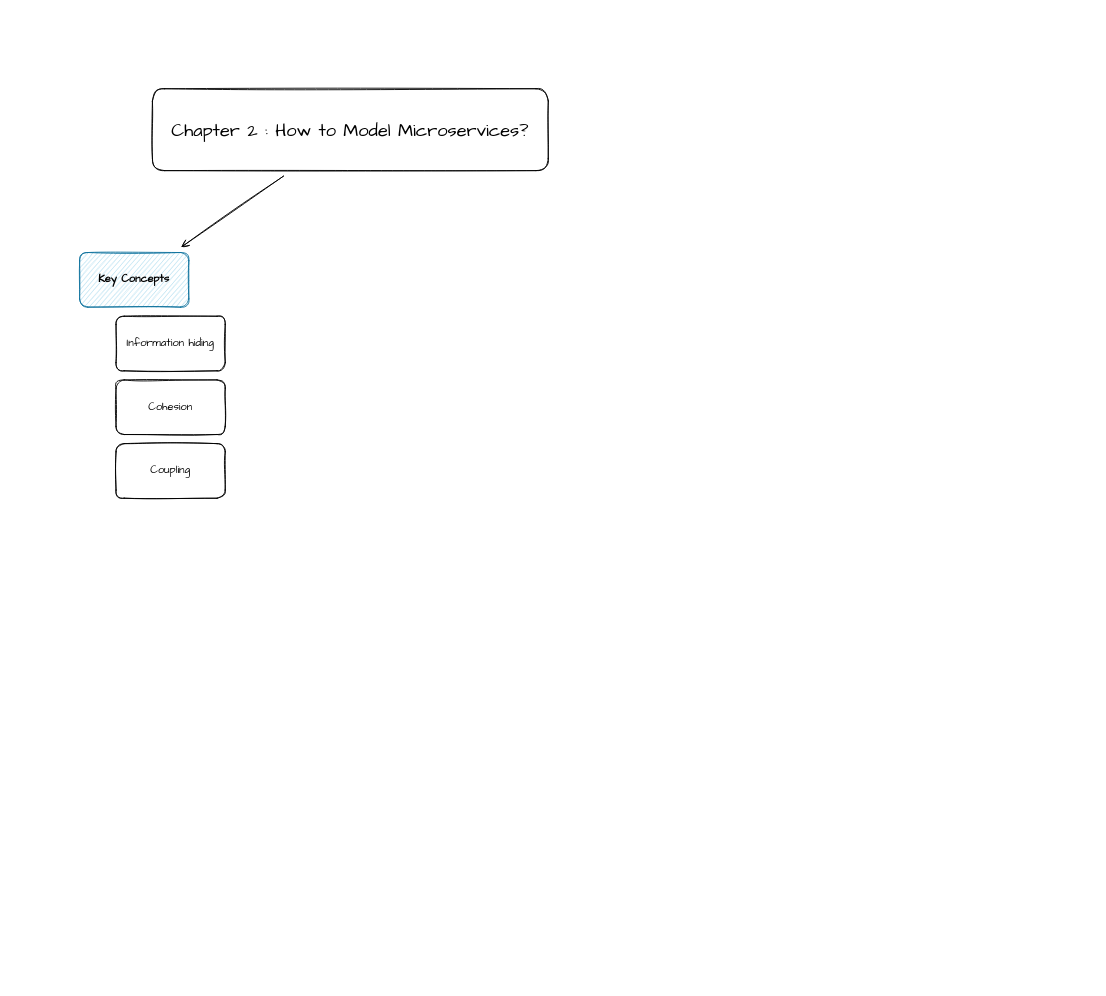
Above: page "2 Modeling Microservices" (3 of 6) of effective-microservices.drawio in zatsepinvl/effective-microservices (draw.io), before the change. Source tidied: cells renumbered, new cells numbered last; positions are measured from the earlier drawing's top-left corner, leaving out a move shared by most shapes. Both pictures are drawn from the tidied source at 91%, with x=0, y=0 at pixel (79, 88).
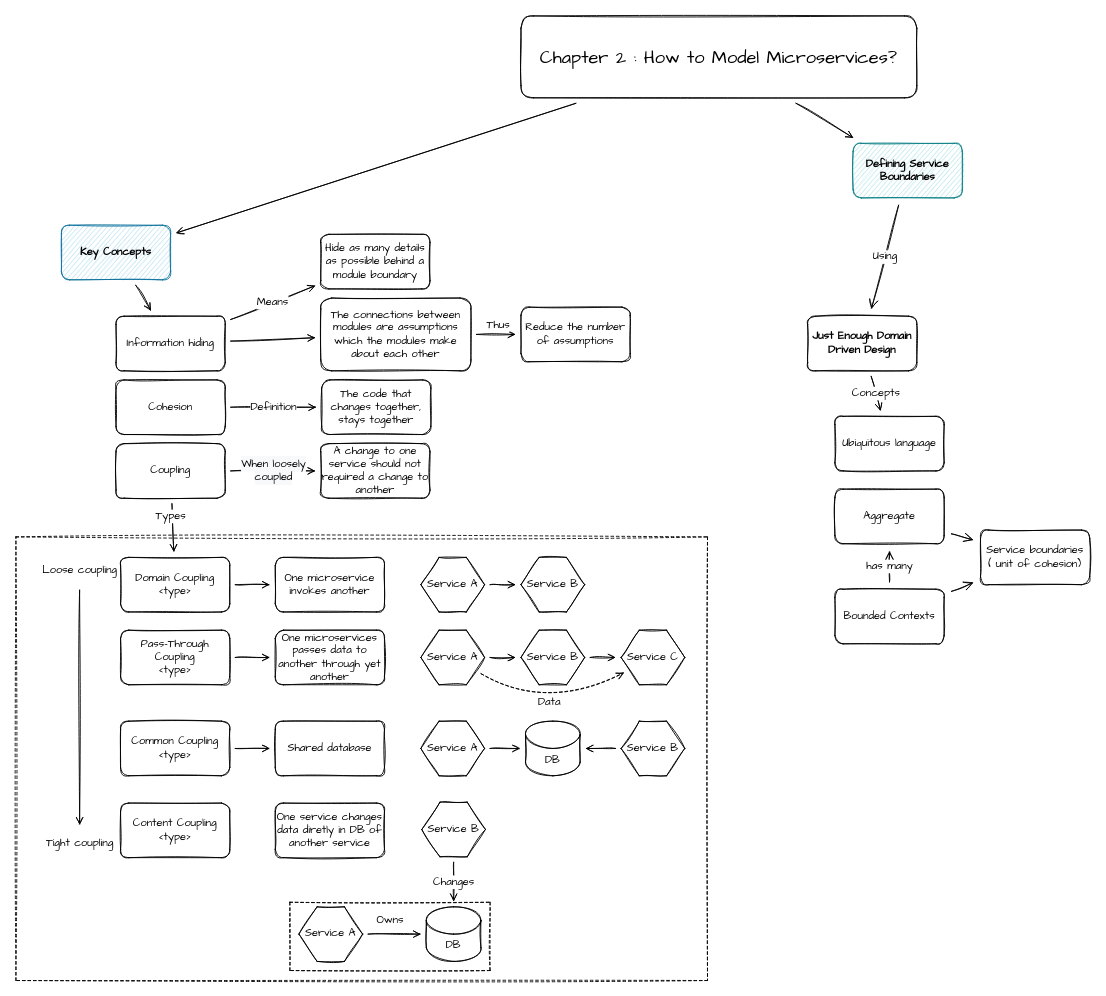
After the change.

Unchanged cells that the change refers to:
```xml
<mxCell id="5" value="Information hiding" style="whiteSpace=wrap;html=1;hachureGap=4;fontFamily=Comic Sans MS;fontSize=12;sketch=1;rounded=1;" parent="1" vertex="1">
  <mxGeometry x="40" y="250" width="120" height="60" as="geometry" />
</mxCell>
<mxCell id="6" value="Cohesion" style="whiteSpace=wrap;html=1;hachureGap=4;fontFamily=Comic Sans MS;fontSize=12;sketch=1;rounded=1;" parent="1" vertex="1">
  <mxGeometry x="40" y="320" width="120" height="60" as="geometry" />
</mxCell>
<mxCell id="7" value="Coupling" style="whiteSpace=wrap;html=1;hachureGap=4;fontFamily=Comic Sans MS;fontSize=12;sketch=1;rounded=1;" parent="1" vertex="1">
  <mxGeometry x="40" y="390" width="120" height="60" as="geometry" />
</mxCell>
```

The edit, as a diff of the source:
```diff
@@
+    <mxCell id="8" style="rounded=0;whiteSpace=wrap;html=1;shadow=0;sketch=1;fontFamily=Comic Sans MS;fontSize=12;fontColor=default;dashed=1;fillColor=none;" parent="1" vertex="1">
+      <mxGeometry x="231" y="894" width="220" height="75" as="geometry" />
+    </mxCell>
@@
+    <mxCell id="9" style="edgeStyle=none;shape=connector;rounded=1;sketch=1;jumpSize=10;jettySize=auto;html=1;labelBackgroundColor=default;fontFamily=Comic Sans MS;fontSize=12;fontColor=default;endArrow=open;endFill=0;startSize=6;endSize=6;sourcePerimeterSpacing=6;targetPerimeterSpacing=6;strokeColor=default;" parent="1" edge="1" source="3" target="59">
+      <mxGeometry relative="1" as="geometry" />
+    </mxCell>
     <mxCell id="3" value="&lt;span style=&quot;font-weight: 400; font-size: 20px;&quot;&gt;&lt;font style=&quot;font-size: 20px;&quot;&gt;Chapter 2 : How to Model Microservices?&lt;/font&gt;&lt;/span&gt;" style="whiteSpace=wrap;html=1;hachureGap=4;fontFamily=Comic Sans MS;fontSize=20;sketch=1;rounded=1;fontStyle=1;" parent="1" vertex="1">
-      <mxGeometry x="80" width="435" height="90" as="geometry" />
+      <mxGeometry x="485" y="-80" width="435" height="90" as="geometry" />
     </mxCell>
+    <mxCell id="10" style="edgeStyle=none;shape=connector;rounded=1;sketch=1;jumpSize=10;jettySize=auto;html=1;labelBackgroundColor=default;fontFamily=Comic Sans MS;fontSize=12;fontColor=default;endArrow=open;endFill=0;startSize=6;endSize=6;sourcePerimeterSpacing=6;targetPerimeterSpacing=6;strokeColor=default;" parent="1" edge="1" source="4" target="5">
+      <mxGeometry relative="1" as="geometry" />
+    </mxCell>
     <mxCell id="4" value="Key Concepts" style="whiteSpace=wrap;html=1;hachureGap=4;fontFamily=Comic Sans MS;fontSize=12;sketch=1;rounded=1;fillColor=#b1ddf0;strokeColor=#10739e;fillStyle=auto;fontStyle=1;" parent="1" vertex="1">
-      <mxGeometry y="180" width="120" height="60" as="geometry" />
+      <mxGeometry x="-20" y="150" width="120" height="60" as="geometry" />
     </mxCell>
+    <mxCell id="11" value="Means" style="edgeStyle=none;shape=connector;rounded=1;sketch=1;jumpSize=10;jettySize=auto;html=1;labelBackgroundColor=default;fontFamily=Comic Sans MS;fontSize=12;fontColor=default;endArrow=open;endFill=0;startSize=6;endSize=6;sourcePerimeterSpacing=6;targetPerimeterSpacing=6;strokeColor=default;" parent="1" edge="1" source="5" target="61">
+      <mxGeometry relative="1" as="geometry" />
+    </mxCell>
+    <mxCell id="12" style="edgeStyle=none;shape=connector;rounded=1;sketch=1;jumpSize=10;jettySize=auto;html=1;labelBackgroundColor=default;fontFamily=Comic Sans MS;fontSize=12;fontColor=default;endArrow=open;endFill=0;startSize=6;endSize=6;sourcePerimeterSpacing=6;targetPerimeterSpacing=6;strokeColor=default;" parent="1" edge="1" source="5" target="64">
+      <mxGeometry relative="1" as="geometry" />
+    </mxCell>
@@
+    <mxCell id="13" value="Definition" style="edgeStyle=none;shape=connector;rounded=1;sketch=1;jumpSize=10;jettySize=auto;html=1;labelBackgroundColor=default;fontFamily=Comic Sans MS;fontSize=12;fontColor=default;endArrow=open;endFill=0;startSize=6;endSize=6;sourcePerimeterSpacing=6;targetPerimeterSpacing=6;strokeColor=default;" parent="1" edge="1" source="6" target="60">
+      <mxGeometry relative="1" as="geometry" />
+    </mxCell>
@@
+    <mxCell id="14" value="&lt;span style=&quot;background-color: rgb(248, 249, 250);&quot;&gt;When loosely &lt;br&gt;coupled&lt;/span&gt;" style="edgeStyle=none;shape=connector;rounded=1;sketch=1;jumpSize=10;jettySize=auto;html=1;labelBackgroundColor=default;fontFamily=Comic Sans MS;fontSize=12;fontColor=default;endArrow=open;endFill=0;startSize=6;endSize=6;sourcePerimeterSpacing=6;targetPerimeterSpacing=6;strokeColor=default;" parent="1" edge="1" source="7" target="62">
+      <mxGeometry relative="1" as="geometry" />
+    </mxCell>
@@
+    <mxCell id="15" style="edgeStyle=none;shape=connector;rounded=1;sketch=1;jumpSize=10;jettySize=auto;html=1;labelBackgroundColor=default;fontFamily=Comic Sans MS;fontSize=12;fontColor=default;endArrow=open;endFill=0;startSize=6;endSize=6;sourcePerimeterSpacing=6;targetPerimeterSpacing=6;strokeColor=default;" parent="1" edge="1" source="16" target="24">
+      <mxGeometry relative="1" as="geometry" />
+    </mxCell>
+    <mxCell id="16" value="Domain Coupling&lt;br&gt;&amp;lt;type&amp;gt;" style="whiteSpace=wrap;html=1;hachureGap=4;fontFamily=Comic Sans MS;fontSize=12;sketch=1;rounded=1;" parent="1" vertex="1">
+      <mxGeometry x="45" y="515" width="120" height="60" as="geometry" />
+    </mxCell>
+    <mxCell id="17" value="Content Coupling&lt;br&gt;&amp;lt;type&amp;gt;" style="whiteSpace=wrap;html=1;hachureGap=4;fontFamily=Comic Sans MS;fontSize=12;sketch=1;rounded=1;" parent="1" vertex="1">
+      <mxGeometry x="45" y="785" width="120" height="60" as="geometry" />
+    </mxCell>
+    <mxCell id="18" value="Types" style="edgeStyle=none;sketch=1;jumpSize=10;jettySize=auto;html=1;fontFamily=Comic Sans MS;fontSize=12;endArrow=open;endFill=0;startSize=6;endSize=6;sourcePerimeterSpacing=6;targetPerimeterSpacing=6;" parent="1" edge="1" source="7" target="16">
+      <mxGeometry x="-0.47" y="-2" relative="1" as="geometry" />
+    </mxCell>
+    <mxCell id="19" style="edgeStyle=none;sketch=1;jumpSize=10;jettySize=auto;html=1;fontFamily=Comic Sans MS;fontSize=12;endArrow=open;endFill=0;startSize=6;endSize=6;sourcePerimeterSpacing=6;targetPerimeterSpacing=6;" parent="1" edge="1" source="25" target="26">
+      <mxGeometry relative="1" as="geometry" />
+    </mxCell>
+    <mxCell id="20" style="shape=connector;rounded=1;sketch=1;jumpSize=10;jettySize=auto;html=1;labelBackgroundColor=default;fontFamily=Comic Sans MS;fontSize=12;fontColor=default;endArrow=open;endFill=0;startSize=6;endSize=6;sourcePerimeterSpacing=6;targetPerimeterSpacing=6;strokeColor=default;" parent="1" edge="1" source="21" target="27">
+      <mxGeometry relative="1" as="geometry" />
+    </mxCell>
+    <mxCell id="21" value="Pass-Through Coupling&lt;br&gt;&amp;lt;type&amp;gt;" style="whiteSpace=wrap;html=1;hachureGap=4;fontFamily=Comic Sans MS;fontSize=12;sketch=1;rounded=1;" parent="1" vertex="1">
+      <mxGeometry x="45" y="595" width="120" height="60" as="geometry" />
+    </mxCell>
+    <mxCell id="22" style="edgeStyle=none;shape=connector;rounded=1;sketch=1;jumpSize=10;jettySize=auto;html=1;labelBackgroundColor=default;fontFamily=Comic Sans MS;fontSize=12;fontColor=default;endArrow=open;endFill=0;startSize=6;endSize=6;sourcePerimeterSpacing=6;targetPerimeterSpacing=6;strokeColor=default;" parent="1" edge="1" source="23" target="37">
+      <mxGeometry relative="1" as="geometry" />
+    </mxCell>
+    <mxCell id="23" value="Common Coupling&lt;br&gt;&amp;lt;type&amp;gt;" style="whiteSpace=wrap;html=1;hachureGap=4;fontFamily=Comic Sans MS;fontSize=12;sketch=1;rounded=1;" parent="1" vertex="1">
+      <mxGeometry x="45" y="695" width="120" height="60" as="geometry" />
+    </mxCell>
+    <mxCell id="24" value="One microservice invokes another" style="whiteSpace=wrap;html=1;hachureGap=4;fontFamily=Comic Sans MS;fontSize=12;sketch=1;rounded=1;" parent="1" vertex="1">
+      <mxGeometry x="215" y="515" width="120" height="60" as="geometry" />
+    </mxCell>
+    <mxCell id="25" value="Loose coupling" style="text;html=1;align=center;verticalAlign=middle;points=[];strokeColor=none;fillColor=none;fontSize=12;fontFamily=Comic Sans MS;fontColor=default;" parent="1" vertex="1">
+      <mxGeometry x="-50" y="515" width="100" height="30" as="geometry" />
+    </mxCell>
+    <mxCell id="26" value="Tight coupling" style="text;html=1;align=center;verticalAlign=middle;points=[];strokeColor=none;fillColor=none;fontSize=12;fontFamily=Comic Sans MS;fontColor=default;" parent="1" vertex="1">
+      <mxGeometry x="-50" y="815" width="100" height="30" as="geometry" />
+    </mxCell>
+    <mxCell id="27" value="One microservices passes data to another through yet another" style="whiteSpace=wrap;html=1;hachureGap=4;fontFamily=Comic Sans MS;fontSize=12;sketch=1;rounded=1;" parent="1" vertex="1">
+      <mxGeometry x="215" y="595" width="120" height="60" as="geometry" />
+    </mxCell>
+    <mxCell id="28" style="shape=connector;rounded=1;sketch=1;jumpSize=10;jettySize=auto;html=1;labelBackgroundColor=default;fontFamily=Comic Sans MS;fontSize=12;fontColor=default;endArrow=open;endFill=0;startSize=6;endSize=6;sourcePerimeterSpacing=6;targetPerimeterSpacing=6;strokeColor=default;" parent="1" edge="1" source="29" target="30">
+      <mxGeometry relative="1" as="geometry" />
+    </mxCell>
+    <mxCell id="29" value="Service A" style="shape=hexagon;perimeter=hexagonPerimeter2;whiteSpace=wrap;html=1;fixedSize=1;fontFamily=Comic Sans MS;fontSize=12;fontColor=default;shadow=0;sketch=1;size=20;" parent="1" vertex="1">
+      <mxGeometry x="375" y="515" width="70" height="60" as="geometry" />
+    </mxCell>
+    <mxCell id="30" value="Service B" style="shape=hexagon;perimeter=hexagonPerimeter2;whiteSpace=wrap;html=1;fixedSize=1;fontFamily=Comic Sans MS;fontSize=12;fontColor=default;shadow=0;sketch=1;size=20;" parent="1" vertex="1">
+      <mxGeometry x="485" y="515" width="70" height="60" as="geometry" />
+    </mxCell>
+    <mxCell id="31" style="edgeStyle=none;shape=connector;rounded=1;sketch=1;jumpSize=10;jettySize=auto;html=1;labelBackgroundColor=default;fontFamily=Comic Sans MS;fontSize=12;fontColor=default;endArrow=open;endFill=0;startSize=6;endSize=6;sourcePerimeterSpacing=6;targetPerimeterSpacing=6;strokeColor=default;" parent="1" edge="1" source="33" target="35">
+      <mxGeometry relative="1" as="geometry" />
+    </mxCell>
+    <mxCell id="32" value="Data" style="edgeStyle=none;shape=connector;sketch=1;jumpSize=10;jettySize=auto;html=1;labelBackgroundColor=default;fontFamily=Comic Sans MS;fontSize=12;fontColor=default;endArrow=open;endFill=0;startSize=6;endSize=6;sourcePerimeterSpacing=6;targetPerimeterSpacing=6;strokeColor=default;curved=1;dashed=1;" parent="1" edge="1" source="33" target="36">
+      <mxGeometry x="-0.1" y="9" relative="1" as="geometry">
+        <Array as="points">
+          <mxPoint x="515" y="685" />
+        </Array>
+      </mxGeometry>
+    </mxCell>
+    <mxCell id="33" value="Service A" style="shape=hexagon;perimeter=hexagonPerimeter2;whiteSpace=wrap;html=1;fixedSize=1;fontFamily=Comic Sans MS;fontSize=12;fontColor=default;shadow=0;sketch=1;size=20;" parent="1" vertex="1">
+      <mxGeometry x="375" y="595" width="70" height="60" as="geometry" />
+    </mxCell>
+    <mxCell id="34" style="edgeStyle=none;shape=connector;rounded=1;sketch=1;jumpSize=10;jettySize=auto;html=1;labelBackgroundColor=default;fontFamily=Comic Sans MS;fontSize=12;fontColor=default;endArrow=open;endFill=0;startSize=6;endSize=6;sourcePerimeterSpacing=6;targetPerimeterSpacing=6;strokeColor=default;" parent="1" edge="1" source="35" target="36">
+      <mxGeometry relative="1" as="geometry" />
+    </mxCell>
+    <mxCell id="35" value="Service B" style="shape=hexagon;perimeter=hexagonPerimeter2;whiteSpace=wrap;html=1;fixedSize=1;fontFamily=Comic Sans MS;fontSize=12;fontColor=default;shadow=0;sketch=1;size=20;" parent="1" vertex="1">
+      <mxGeometry x="485" y="595" width="70" height="60" as="geometry" />
+    </mxCell>
+    <mxCell id="36" value="Service C" style="shape=hexagon;perimeter=hexagonPerimeter2;whiteSpace=wrap;html=1;fixedSize=1;fontFamily=Comic Sans MS;fontSize=12;fontColor=default;shadow=0;sketch=1;size=20;" parent="1" vertex="1">
+      <mxGeometry x="595" y="595" width="70" height="60" as="geometry" />
+    </mxCell>
+    <mxCell id="37" value="Shared database" style="whiteSpace=wrap;html=1;hachureGap=4;fontFamily=Comic Sans MS;fontSize=12;sketch=1;rounded=1;" parent="1" vertex="1">
+      <mxGeometry x="215" y="695" width="120" height="60" as="geometry" />
+    </mxCell>
+    <mxCell id="38" style="edgeStyle=none;shape=connector;rounded=1;sketch=1;jumpSize=10;jettySize=auto;html=1;labelBackgroundColor=default;fontFamily=Comic Sans MS;fontSize=12;fontColor=default;endArrow=open;endFill=0;startSize=6;endSize=6;sourcePerimeterSpacing=6;targetPerimeterSpacing=6;strokeColor=default;" parent="1" edge="1" source="39" target="43">
+      <mxGeometry relative="1" as="geometry" />
+    </mxCell>
+    <mxCell id="39" value="Service A" style="shape=hexagon;perimeter=hexagonPerimeter2;whiteSpace=wrap;html=1;fixedSize=1;fontFamily=Comic Sans MS;fontSize=12;fontColor=default;shadow=0;sketch=1;size=20;" parent="1" vertex="1">
+      <mxGeometry x="375" y="695" width="70" height="60" as="geometry" />
+    </mxCell>
+    <mxCell id="40" style="edgeStyle=none;shape=connector;rounded=1;sketch=1;jumpSize=10;jettySize=auto;html=1;labelBackgroundColor=default;fontFamily=Comic Sans MS;fontSize=12;fontColor=default;endArrow=open;endFill=0;startSize=6;endSize=6;sourcePerimeterSpacing=6;targetPerimeterSpacing=6;strokeColor=default;" parent="1" edge="1" source="41" target="43">
+      <mxGeometry relative="1" as="geometry" />
+    </mxCell>
+    <mxCell id="41" value="Service B" style="shape=hexagon;perimeter=hexagonPerimeter2;whiteSpace=wrap;html=1;fixedSize=1;fontFamily=Comic Sans MS;fontSize=12;fontColor=default;shadow=0;sketch=1;size=19.999999999999773;" parent="1" vertex="1">
+      <mxGeometry x="595" y="695" width="70" height="60" as="geometry" />
+    </mxCell>
+    <mxCell id="42" value="One service changes data diretly in DB of another service" style="whiteSpace=wrap;html=1;hachureGap=4;fontFamily=Comic Sans MS;fontSize=12;sketch=1;rounded=1;" parent="1" vertex="1">
+      <mxGeometry x="215" y="785" width="120" height="60" as="geometry" />
+    </mxCell>
+    <mxCell id="43" value="DB" style="shape=cylinder3;whiteSpace=wrap;html=1;boundedLbl=1;backgroundOutline=1;size=15;shadow=0;sketch=1;fontFamily=Comic Sans MS;fontSize=12;fontColor=default;" parent="1" vertex="1">
+      <mxGeometry x="490" y="695" width="60" height="60" as="geometry" />
+    </mxCell>
+    <mxCell id="44" value="Owns" style="edgeStyle=none;shape=connector;rounded=1;sketch=1;jumpSize=10;jettySize=auto;html=1;labelBackgroundColor=default;fontFamily=Comic Sans MS;fontSize=12;fontColor=default;endArrow=open;endFill=0;startSize=6;endSize=6;sourcePerimeterSpacing=6;targetPerimeterSpacing=6;strokeColor=default;" parent="1" edge="1" source="45" target="46">
+      <mxGeometry x="-0.17" y="15" relative="1" as="geometry" />
+    </mxCell>
+    <mxCell id="45" value="Service A" style="shape=hexagon;perimeter=hexagonPerimeter2;whiteSpace=wrap;html=1;fixedSize=1;fontFamily=Comic Sans MS;fontSize=12;fontColor=default;shadow=0;sketch=1;size=20;" parent="1" vertex="1">
+      <mxGeometry x="241" y="899" width="70" height="60" as="geometry" />
+    </mxCell>
+    <mxCell id="46" value="DB" style="shape=cylinder3;whiteSpace=wrap;html=1;boundedLbl=1;backgroundOutline=1;size=15;shadow=0;sketch=1;fontFamily=Comic Sans MS;fontSize=12;fontColor=default;" parent="1" vertex="1">
+      <mxGeometry x="381" y="899" width="60" height="60" as="geometry" />
+    </mxCell>
+    <mxCell id="47" value="Changes" style="edgeStyle=none;shape=connector;rounded=1;sketch=1;jumpSize=10;jettySize=auto;html=1;labelBackgroundColor=default;fontFamily=Comic Sans MS;fontSize=12;fontColor=default;endArrow=open;endFill=0;startSize=6;endSize=6;sourcePerimeterSpacing=6;targetPerimeterSpacing=6;strokeColor=default;" parent="1" edge="1" source="48" target="46">
+      <mxGeometry relative="1" as="geometry" />
+    </mxCell>
+    <mxCell id="48" value="Service B" style="shape=hexagon;perimeter=hexagonPerimeter2;whiteSpace=wrap;html=1;fixedSize=1;fontFamily=Comic Sans MS;fontSize=12;fontColor=default;shadow=0;sketch=1;size=20;" parent="1" vertex="1">
+      <mxGeometry x="376" y="784" width="70" height="60" as="geometry" />
+    </mxCell>
+    <mxCell id="49" value="Concepts" style="edgeStyle=none;shape=connector;rounded=1;sketch=1;jumpSize=10;jettySize=auto;html=1;labelBackgroundColor=default;fontFamily=Comic Sans MS;fontSize=12;fontColor=default;endArrow=open;endFill=0;startSize=6;endSize=6;sourcePerimeterSpacing=6;targetPerimeterSpacing=6;strokeColor=default;" parent="1" edge="1" source="50" target="52">
+      <mxGeometry relative="1" as="geometry" />
+    </mxCell>
+    <mxCell id="50" value="Just Enough Domain Driven Design" style="whiteSpace=wrap;html=1;hachureGap=4;fontFamily=Comic Sans MS;fontSize=12;sketch=1;rounded=1;fontStyle=1;" parent="1" vertex="1">
+      <mxGeometry x="800" y="250" width="120" height="60" as="geometry" />
+    </mxCell>
+    <mxCell id="51" value="Using" style="rounded=1;sketch=1;hachureGap=4;jettySize=auto;html=1;fontFamily=Comic Sans MS;fontSize=12;endArrow=open;startSize=8;endSize=8;sourcePerimeterSpacing=8;targetPerimeterSpacing=8;" parent="1" edge="1" source="59" target="50">
+      <mxGeometry relative="1" as="geometry" />
+    </mxCell>
+    <mxCell id="52" value="Ubiquitous language" style="whiteSpace=wrap;html=1;hachureGap=4;fontFamily=Comic Sans MS;fontSize=12;sketch=1;rounded=1;" parent="1" vertex="1">
+      <mxGeometry x="830" y="360" width="120" height="60" as="geometry" />
+    </mxCell>
+    <mxCell id="53" style="rounded=1;sketch=1;hachureGap=4;jettySize=auto;html=1;fontFamily=Comic Sans MS;fontSize=12;endArrow=open;startSize=8;endSize=8;sourcePerimeterSpacing=8;targetPerimeterSpacing=8;" parent="1" edge="1" source="54" target="58">
+      <mxGeometry relative="1" as="geometry" />
+    </mxCell>
+    <mxCell id="54" value="Aggregate" style="whiteSpace=wrap;html=1;hachureGap=4;fontFamily=Comic Sans MS;fontSize=12;sketch=1;rounded=1;" parent="1" vertex="1">
+      <mxGeometry x="830" y="440" width="120" height="60" as="geometry" />
+    </mxCell>
+    <mxCell id="55" value="has many" style="rounded=1;sketch=1;hachureGap=4;jettySize=auto;html=1;fontFamily=Comic Sans MS;fontSize=12;endArrow=open;startSize=8;endSize=8;sourcePerimeterSpacing=8;targetPerimeterSpacing=8;" parent="1" edge="1" source="57" target="54">
+      <mxGeometry relative="1" as="geometry" />
+    </mxCell>
+    <mxCell id="56" style="rounded=1;sketch=1;hachureGap=4;jettySize=auto;html=1;fontFamily=Comic Sans MS;fontSize=12;endArrow=open;startSize=8;endSize=8;sourcePerimeterSpacing=8;targetPerimeterSpacing=8;" parent="1" edge="1" source="57" target="58">
+      <mxGeometry relative="1" as="geometry" />
+    </mxCell>
+    <mxCell id="57" value="Bounded Contexts" style="whiteSpace=wrap;html=1;hachureGap=4;fontFamily=Comic Sans MS;fontSize=12;sketch=1;rounded=1;" parent="1" vertex="1">
+      <mxGeometry x="830" y="550" width="120" height="60" as="geometry" />
+    </mxCell>
+    <mxCell id="58" value="Service boundaries&lt;br&gt;( unit of cohesion)" style="whiteSpace=wrap;html=1;hachureGap=4;fontFamily=Comic Sans MS;fontSize=12;sketch=1;rounded=1;" parent="1" vertex="1">
+      <mxGeometry x="990" y="485" width="120" height="60" as="geometry" />
+    </mxCell>
+    <mxCell id="59" value="Defining Service Boundaries" style="whiteSpace=wrap;html=1;hachureGap=4;fontFamily=Comic Sans MS;fontSize=12;sketch=1;rounded=1;fillColor=#b0e3e6;strokeColor=#0e8088;fillStyle=auto;fontStyle=1;" parent="1" vertex="1">
+      <mxGeometry x="850" y="60" width="120" height="60" as="geometry" />
+    </mxCell>
+    <mxCell id="60" value="The code that changes together, stays together" style="whiteSpace=wrap;html=1;hachureGap=4;fontFamily=Comic Sans MS;fontSize=12;sketch=1;rounded=1;" parent="1" vertex="1">
+      <mxGeometry x="266" y="320" width="120" height="60" as="geometry" />
+    </mxCell>
+    <mxCell id="61" value="Hide as many details as possible behind a module boundary" style="whiteSpace=wrap;html=1;hachureGap=4;fontFamily=Comic Sans MS;fontSize=12;sketch=1;rounded=1;" parent="1" vertex="1">
+      <mxGeometry x="265" y="160" width="120" height="60" as="geometry" />
+    </mxCell>
+    <mxCell id="62" value="A change to one service should not required a change to another" style="whiteSpace=wrap;html=1;hachureGap=4;fontFamily=Comic Sans MS;fontSize=12;sketch=1;rounded=1;" parent="1" vertex="1">
+      <mxGeometry x="265" y="390" width="120" height="60" as="geometry" />
+    </mxCell>
+    <mxCell id="63" value="Thus" style="edgeStyle=none;shape=connector;rounded=1;sketch=1;jumpSize=10;jettySize=auto;html=1;labelBackgroundColor=default;fontFamily=Comic Sans MS;fontSize=12;fontColor=default;endArrow=open;endFill=0;startSize=6;endSize=6;sourcePerimeterSpacing=6;targetPerimeterSpacing=6;strokeColor=default;" parent="1" edge="1" source="64" target="65">
+      <mxGeometry x="0.12" y="10" relative="1" as="geometry" />
+    </mxCell>
+    <mxCell id="64" value="The connections between modules are assumptions which the modules make about each other" style="whiteSpace=wrap;html=1;hachureGap=4;fontFamily=Comic Sans MS;fontSize=12;sketch=1;rounded=1;" parent="1" vertex="1">
+      <mxGeometry x="265" y="230" width="165" height="80" as="geometry" />
+    </mxCell>
+    <mxCell id="65" value="Reduce the number of assumptions" style="whiteSpace=wrap;html=1;hachureGap=4;fontFamily=Comic Sans MS;fontSize=12;sketch=1;rounded=1;" parent="1" vertex="1">
+      <mxGeometry x="485" y="240" width="120" height="60" as="geometry" />
+    </mxCell>
+    <mxCell id="66" style="rounded=0;whiteSpace=wrap;html=1;shadow=0;sketch=1;fontFamily=Comic Sans MS;fontSize=12;fontColor=default;dashed=1;fillColor=none;" parent="1" vertex="1">
+      <mxGeometry x="-70" y="492.5" width="760" height="487.5" as="geometry" />
+    </mxCell>
```
